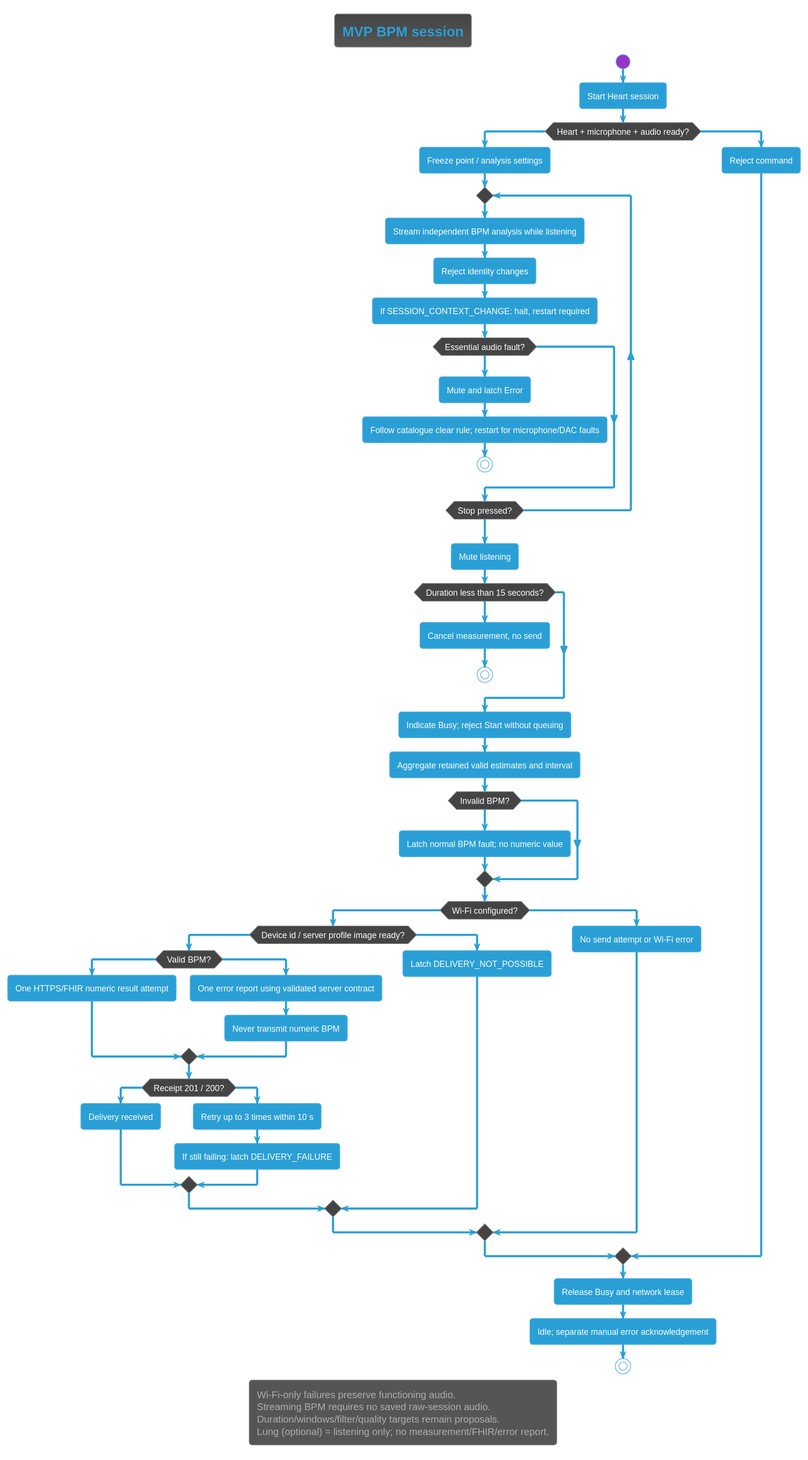
This is Development/system/architecture/system/rendered/measurement_workflow.svg from DemonicPsychoII/DigitalStethoscope, a PlantUML export, as it was before one commit.
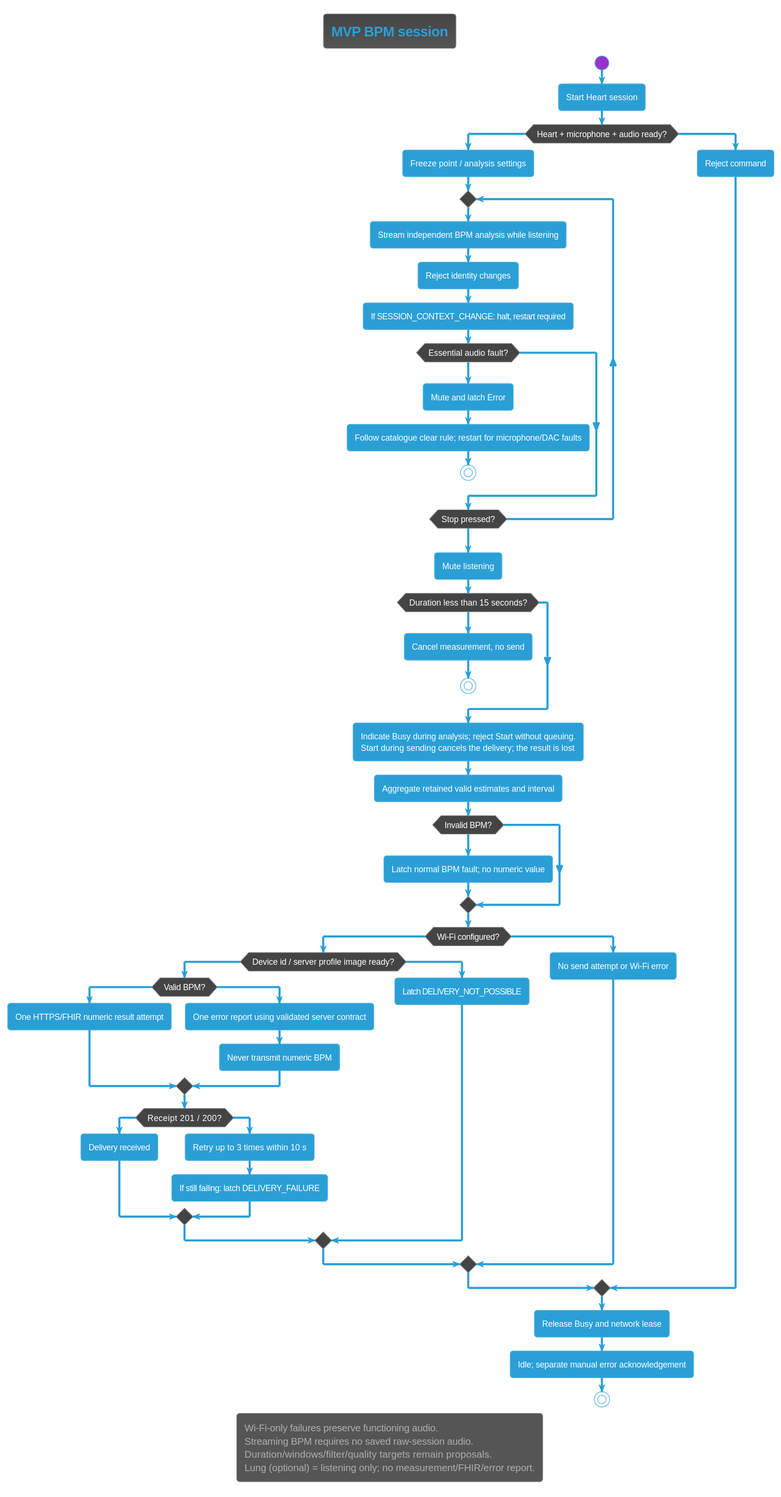
The same diagram one commit later.

Diff of the diagram source:
```diff
@@ -22,7 +22,7 @@
   :Cancel measurement, no send;
   stop
  endif
- :Indicate Busy; reject Start without queuing;
+ :Indicate Busy during analysis; reject Start without queuing.\nStart during sending cancels the delivery; the result is lost;
  :Aggregate retained valid estimates and interval;
  if (Invalid BPM?) then (yes)
   :Latch normal BPM fault; no numeric value;
```
